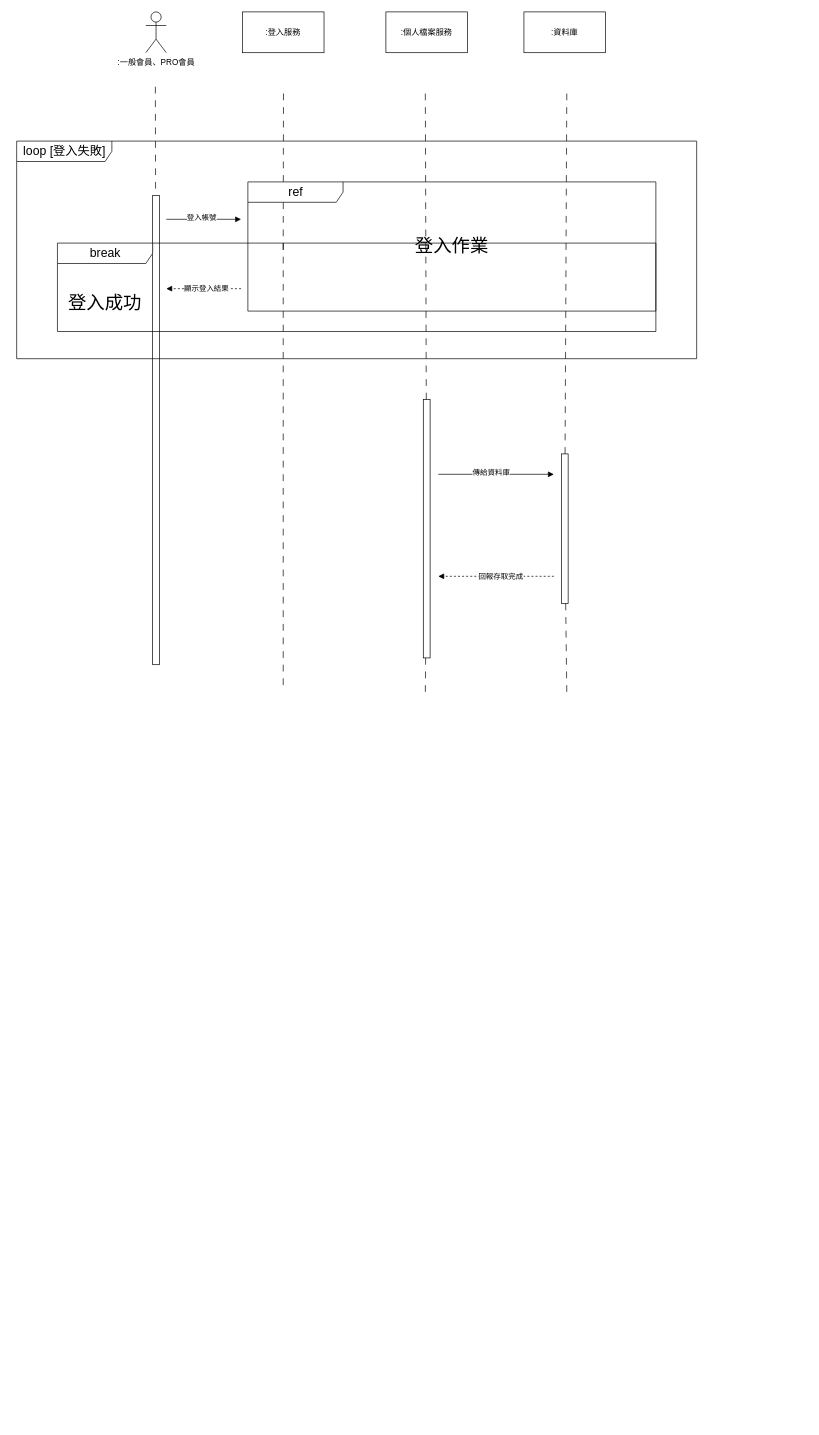
Above: page "基本的" (6 of 7) of Sequence_diagram.drawio in today16/last (draw.io), before the change. Source tidied: cells renumbered, new cells numbered last; positions are measured from the earlier drawing's top-left corner, leaving out a move shared by most shapes. Both pictures are drawn from the tidied source at 68%, with x=0, y=0 at pixel (16, 12).
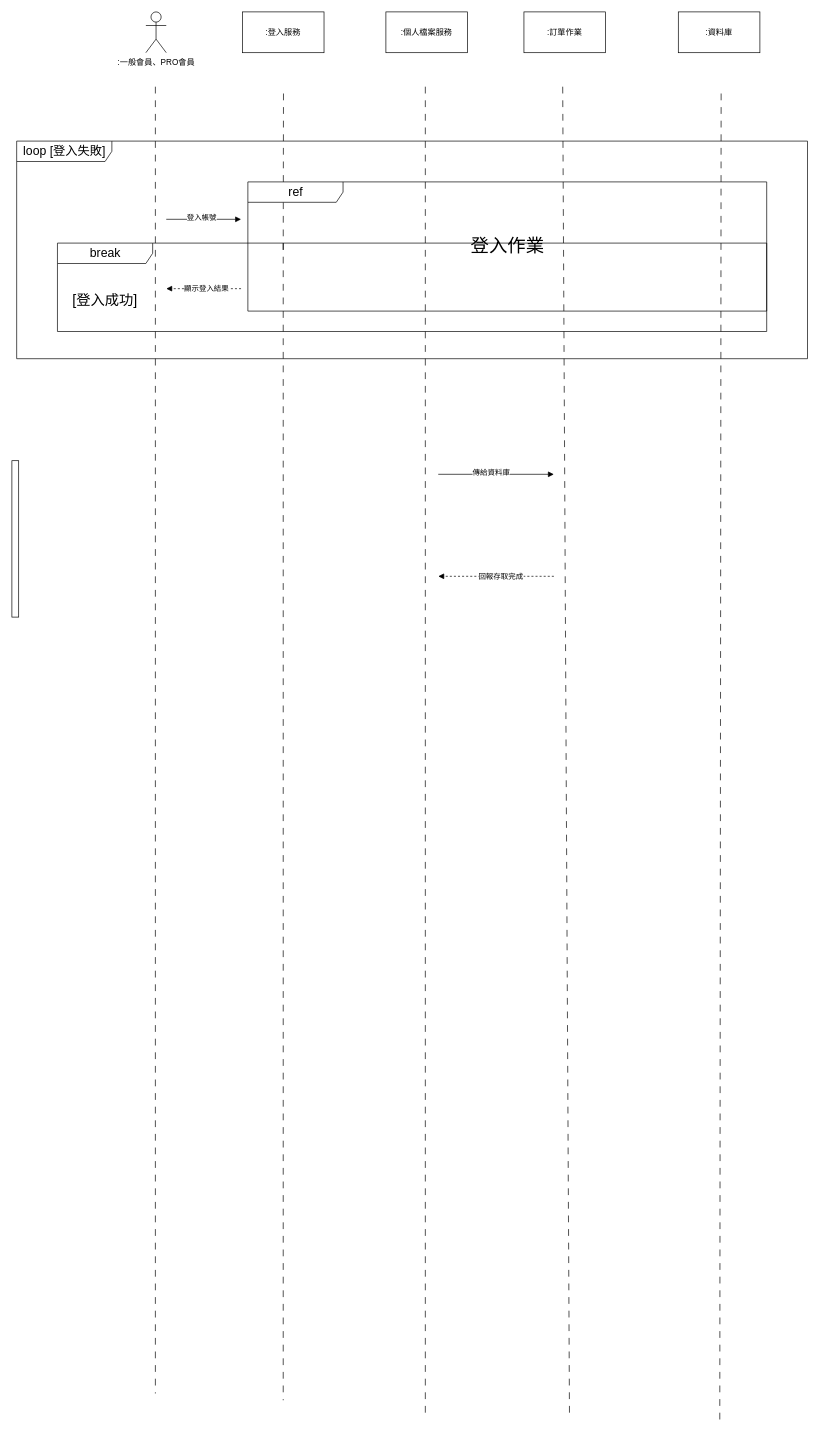
After the change.

Diff of the diagram source:
```diff
@@
+    <mxCell id="26" value="&lt;span style=&quot;font-size: 18px&quot;&gt;loop [登入失敗]&lt;/span&gt;" style="shape=umlFrame;tabWidth=110;tabHeight=30;tabPosition=left;html=1;boundedLbl=1;labelInHeader=1;width=140;height=30;" parent="1" vertex="1">
+      <mxGeometry y="190" width="1163" height="320" as="geometry" />
+    </mxCell>
-    <mxCell id="2" style="endArrow=none;startArrow=none;endFill=0;startFill=0;endSize=8;html=1;verticalAlign=bottom;dashed=1;labelBackgroundColor=none;dashPattern=10 10;" parent="1" edge="1" source="10">
+    <mxCell id="2" style="endArrow=none;startArrow=none;endFill=0;startFill=0;endSize=8;html=1;verticalAlign=bottom;dashed=1;labelBackgroundColor=none;dashPattern=10 10;" parent="1" edge="1">
       <mxGeometry x="0.38" y="70" relative="1" as="geometry">
-        <mxPoint x="601" y="1000" as="targetPoint" />
+        <mxPoint x="601" y="110" as="sourcePoint" />
+        <mxPoint x="601" y="2065" as="targetPoint" />
         <mxPoint x="-1" as="offset" />
       </mxGeometry>
     </mxCell>
     <mxCell id="3" style="endArrow=none;startArrow=none;endFill=0;startFill=0;endSize=8;html=1;verticalAlign=bottom;dashed=1;labelBackgroundColor=none;dashPattern=10 10;" parent="1" edge="1">
       <mxGeometry relative="1" as="geometry">
         <mxPoint x="392" y="340" as="sourcePoint" />
-        <mxPoint x="392" y="1000" as="targetPoint" />
+        <mxPoint x="392" y="2041.7" as="targetPoint" />
       </mxGeometry>
     </mxCell>
-    <mxCell id="4" style="endArrow=none;startArrow=none;endFill=0;startFill=0;endSize=8;html=1;verticalAlign=bottom;dashed=1;labelBackgroundColor=none;dashPattern=10 10;" parent="1" edge="1" source="11">
+    <mxCell id="4" style="endArrow=none;startArrow=none;endFill=0;startFill=0;endSize=8;html=1;verticalAlign=bottom;dashed=1;labelBackgroundColor=none;dashPattern=10 10;" parent="1" edge="1">
       <mxGeometry relative="1" as="geometry">
-        <mxPoint x="809" y="1000" as="targetPoint" />
+        <mxPoint x="803" y="110" as="sourcePoint" />
+        <mxPoint x="813" y="2067" as="targetPoint" />
       </mxGeometry>
     </mxCell>
-    <mxCell id="5" style="rounded=0;whiteSpace=wrap;html=1;" parent="1" vertex="1">
-      <mxGeometry x="200" y="270" width="10" height="690" as="geometry" />
-    </mxCell>
@@
-    <mxCell id="10" style="rounded=0;whiteSpace=wrap;html=1;" parent="1" vertex="1">
-      <mxGeometry x="598" y="570" width="10" height="380" as="geometry" />
-    </mxCell>
-    <mxCell id="11" style="rounded=0;whiteSpace=wrap;html=1;" parent="1" vertex="1">
-      <mxGeometry x="801" y="650" width="10" height="220" as="geometry" />
-    </mxCell>
@@
-    <mxCell id="15" value=":資料庫" style="rounded=0;whiteSpace=wrap;html=1;" parent="1" vertex="1">
+    <mxCell id="15" value=":訂單作業" style="rounded=0;whiteSpace=wrap;html=1;" parent="1" vertex="1">
       <mxGeometry x="746" width="120" height="60" as="geometry" />
     </mxCell>
-    <mxCell id="16" style="endArrow=none;startArrow=none;endFill=0;startFill=0;endSize=8;html=1;verticalAlign=bottom;dashed=1;labelBackgroundColor=none;dashPattern=10 10;" parent="1" edge="1">
-      <mxGeometry relative="1" as="geometry">
-        <mxPoint x="809" y="120" as="sourcePoint" />
-        <mxPoint x="806.5" y="650" as="targetPoint" />
-      </mxGeometry>
-    </mxCell>
-    <mxCell id="17" style="endArrow=none;startArrow=none;endFill=0;startFill=0;endSize=8;html=1;verticalAlign=bottom;dashed=1;labelBackgroundColor=none;dashPattern=10 10;" parent="1" edge="1">
-      <mxGeometry x="0.38" y="70" relative="1" as="geometry">
-        <mxPoint x="601" y="120" as="sourcePoint" />
-        <mxPoint x="602.4" y="570" as="targetPoint" />
-        <mxPoint x="-1" as="offset" />
-      </mxGeometry>
-    </mxCell>
@@
     <mxCell id="19" style="endArrow=none;startArrow=none;endFill=0;startFill=0;endSize=8;html=1;verticalAlign=bottom;dashed=1;labelBackgroundColor=none;dashPattern=10 10;" parent="1" edge="1">
       <mxGeometry x="0.38" y="70" relative="1" as="geometry">
         <mxPoint x="204" y="110" as="sourcePoint" />
-        <mxPoint x="204.3" y="270" as="targetPoint" />
+        <mxPoint x="204" y="2031.7" as="targetPoint" />
         <mxPoint x="-1" as="offset" />
       </mxGeometry>
     </mxCell>
@@
     <mxCell id="24" value="&lt;font style=&quot;font-size: 18px&quot;&gt;ref&lt;/font&gt;" style="shape=umlFrame;tabWidth=110;tabHeight=30;tabPosition=left;html=1;boundedLbl=1;labelInHeader=1;width=140;height=30;" parent="1" vertex="1">
-      <mxGeometry x="340" y="250" width="600" height="190" as="geometry" />
+      <mxGeometry x="340" y="250" width="763" height="190" as="geometry" />
     </mxCell>
     <mxCell id="25" value="登入作業" style="text;align=center;strokeWidth=12;fontSize=27;" parent="24" vertex="1">
       <mxGeometry width="100" height="20" relative="1" as="geometry">
-        <mxPoint x="250" y="70" as="offset" />
+        <mxPoint x="332" y="70" as="offset" />
       </mxGeometry>
     </mxCell>
-    <mxCell id="26" value="&lt;span style=&quot;font-size: 18px&quot;&gt;loop [登入失敗]&lt;/span&gt;" style="shape=umlFrame;tabWidth=110;tabHeight=30;tabPosition=left;html=1;boundedLbl=1;labelInHeader=1;width=140;height=30;" parent="1" vertex="1">
-      <mxGeometry y="190" width="1000" height="320" as="geometry" />
-    </mxCell>
     <mxCell id="27" value="&lt;font style=&quot;font-size: 18px&quot;&gt;break&lt;/font&gt;" style="shape=umlFrame;tabWidth=110;tabHeight=30;tabPosition=left;html=1;boundedLbl=1;labelInHeader=1;width=140;height=30;" parent="1" vertex="1">
-      <mxGeometry x="60" y="340" width="880" height="130" as="geometry" />
+      <mxGeometry x="60" y="340" width="1043" height="130" as="geometry" />
     </mxCell>
-    <mxCell id="28" value="登入成功" style="text;align=center;strokeWidth=12;fontSize=27;" parent="27" vertex="1">
+    <mxCell id="28" value="[登入成功]" style="text;align=center;strokeWidth=12;fontSize=21;" parent="27" vertex="1">
       <mxGeometry width="100" height="20" relative="1" as="geometry">
         <mxPoint x="20" y="65" as="offset" />
       </mxGeometry>
     </mxCell>
+    <mxCell id="29" value=":資料庫" style="rounded=0;whiteSpace=wrap;html=1;" parent="1" vertex="1">
+      <mxGeometry x="973" width="120" height="60" as="geometry" />
+    </mxCell>
+    <mxCell id="30" style="endArrow=none;startArrow=none;endFill=0;startFill=0;endSize=8;html=1;verticalAlign=bottom;dashed=1;labelBackgroundColor=none;dashPattern=10 10;" parent="1" edge="1">
+      <mxGeometry relative="1" as="geometry">
+        <mxPoint x="1036" y="120" as="sourcePoint" />
+        <mxPoint x="1034" y="2073.3" as="targetPoint" />
+      </mxGeometry>
+    </mxCell>
+    <mxCell id="31" style="rounded=0;whiteSpace=wrap;html=1;fontSize=36;strokeWidth=1;strokeColor=default;" parent="1" vertex="1">
+      <mxGeometry x="-7" y="660" width="10" height="230" as="geometry" />
+    </mxCell>
```
